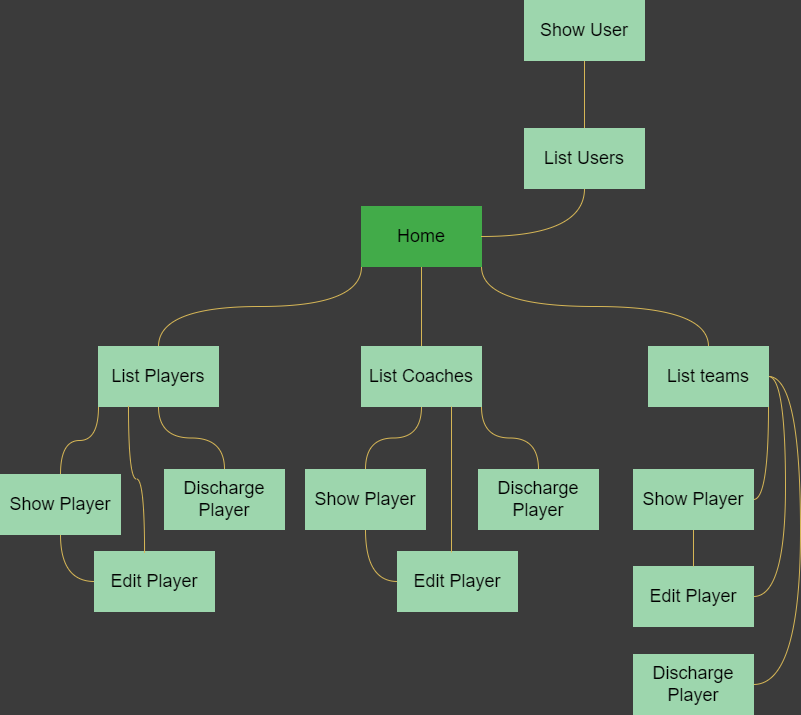
Earlier version of the draw.io export docs/mapaWebCVCback.png (javieramosfuentes/CVC_projecte_javi). Source tidied: cells renumbered, new cells last; positions are measured from the earlier drawing's top-left corner, leaving out a move shared by most shapes.
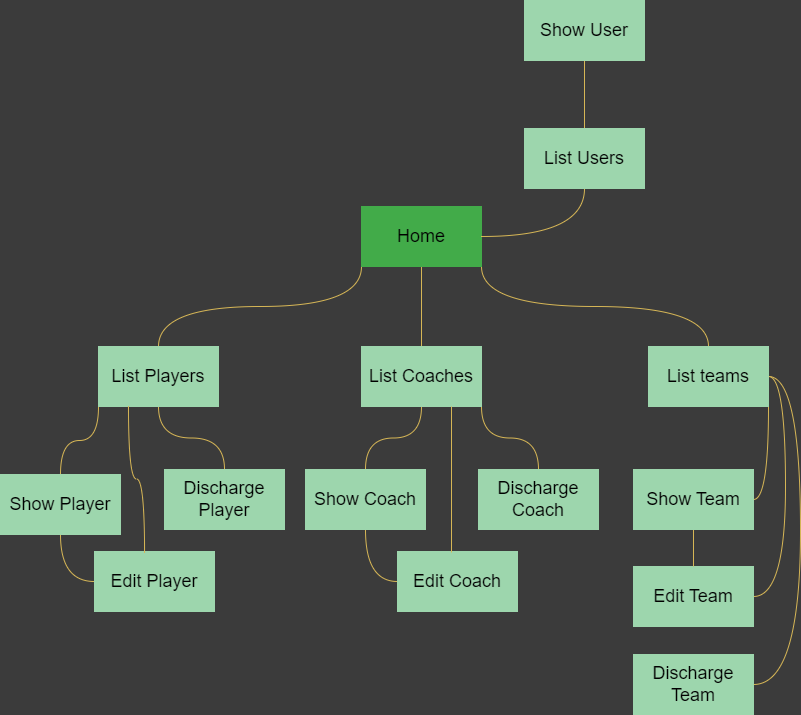
After the commit.

Commit message:
creating wireframes for login, home, pack

What changed in the source:
```diff
@@ -70,16 +70,16 @@
     <mxCell id="19" value="&lt;span style=&quot;font-size: 18px;&quot;&gt;Show Player&lt;/span&gt;" style="rounded=0;whiteSpace=wrap;html=1;fillColor=#9dd6ad;strokeColor=#9DD6AD;" parent="1" vertex="1">
       <mxGeometry y="474" width="120" height="60" as="geometry" />
     </mxCell>
-    <mxCell id="20" value="&lt;span style=&quot;font-size: 18px;&quot;&gt;Discharge Player&lt;/span&gt;" style="rounded=0;whiteSpace=wrap;html=1;fillColor=#9dd6ad;strokeColor=#9DD6AD;" parent="1" vertex="1">
+    <mxCell id="20" value="&lt;span style=&quot;font-size: 18px;&quot;&gt;Discharge Coach&lt;/span&gt;" style="rounded=0;whiteSpace=wrap;html=1;fillColor=#9dd6ad;strokeColor=#9DD6AD;" parent="1" vertex="1">
       <mxGeometry x="478" y="469" width="120" height="60" as="geometry" />
     </mxCell>
-    <mxCell id="21" value="&lt;span style=&quot;font-size: 18px;&quot;&gt;Edit Player&lt;/span&gt;" style="rounded=0;whiteSpace=wrap;html=1;fillColor=#9dd6ad;strokeColor=#9DD6AD;" parent="1" vertex="1">
+    <mxCell id="21" value="&lt;span style=&quot;font-size: 18px;&quot;&gt;Edit Coach&lt;/span&gt;" style="rounded=0;whiteSpace=wrap;html=1;fillColor=#9dd6ad;strokeColor=#9DD6AD;" parent="1" vertex="1">
       <mxGeometry x="397" y="551" width="120" height="60" as="geometry" />
     </mxCell>
     <mxCell id="22" style="edgeStyle=orthogonalEdgeStyle;rounded=0;jettySize=auto;html=1;entryX=0;entryY=0.5;entryDx=0;entryDy=0;endArrow=none;endFill=0;fillColor=#fff2cc;strokeColor=#d6b656;curved=1;" parent="1" edge="1" source="23" target="21">
       <mxGeometry relative="1" as="geometry" />
     </mxCell>
-    <mxCell id="23" value="&lt;span style=&quot;font-size: 18px;&quot;&gt;Show Player&lt;/span&gt;" style="rounded=0;whiteSpace=wrap;html=1;fillColor=#9dd6ad;strokeColor=#9DD6AD;" parent="1" vertex="1">
+    <mxCell id="23" value="&lt;span style=&quot;font-size: 18px;&quot;&gt;Show Coach&lt;/span&gt;" style="rounded=0;whiteSpace=wrap;html=1;fillColor=#9dd6ad;strokeColor=#9DD6AD;" parent="1" vertex="1">
       <mxGeometry x="305" y="469" width="120" height="60" as="geometry" />
     </mxCell>
     <mxCell id="24" style="edgeStyle=orthogonalEdgeStyle;rounded=0;jettySize=auto;html=1;exitX=0.75;exitY=1;exitDx=0;exitDy=0;entryX=0.45;entryY=0.017;entryDx=0;entryDy=0;entryPerimeter=0;fillColor=#fff2cc;strokeColor=#d6b656;curved=1;endArrow=none;endFill=0;" parent="1" edge="1" source="11" target="21">
@@ -88,16 +88,16 @@
     <mxCell id="25" style="edgeStyle=orthogonalEdgeStyle;rounded=0;jettySize=auto;html=1;exitX=0.25;exitY=1;exitDx=0;exitDy=0;entryX=0.417;entryY=0.017;entryDx=0;entryDy=0;entryPerimeter=0;fillColor=#fff2cc;strokeColor=#d6b656;curved=1;endArrow=none;endFill=0;" parent="1" edge="1" source="8" target="17">
       <mxGeometry relative="1" as="geometry" />
     </mxCell>
-    <mxCell id="26" value="&lt;span style=&quot;font-size: 18px;&quot;&gt;Discharge Player&lt;/span&gt;" style="rounded=0;whiteSpace=wrap;html=1;fillColor=#9dd6ad;strokeColor=#9DD6AD;" parent="1" vertex="1">
+    <mxCell id="26" value="&lt;span style=&quot;font-size: 18px;&quot;&gt;Discharge Team&lt;/span&gt;" style="rounded=0;whiteSpace=wrap;html=1;fillColor=#9dd6ad;strokeColor=#9DD6AD;" parent="1" vertex="1">
       <mxGeometry x="633" y="654" width="120" height="60" as="geometry" />
     </mxCell>
-    <mxCell id="27" value="&lt;span style=&quot;font-size: 18px;&quot;&gt;Edit Player&lt;/span&gt;" style="rounded=0;whiteSpace=wrap;html=1;fillColor=#9dd6ad;strokeColor=#9DD6AD;" parent="1" vertex="1">
+    <mxCell id="27" value="&lt;span style=&quot;font-size: 18px;&quot;&gt;Edit Team&lt;/span&gt;" style="rounded=0;whiteSpace=wrap;html=1;fillColor=#9dd6ad;strokeColor=#9DD6AD;" parent="1" vertex="1">
       <mxGeometry x="633" y="566" width="120" height="60" as="geometry" />
     </mxCell>
     <mxCell id="28" style="edgeStyle=orthogonalEdgeStyle;rounded=0;jettySize=auto;html=1;entryX=0.5;entryY=0;entryDx=0;entryDy=0;endArrow=none;endFill=0;fillColor=#fff2cc;strokeColor=#d6b656;curved=1;" parent="1" edge="1" source="29" target="27">
       <mxGeometry relative="1" as="geometry" />
     </mxCell>
-    <mxCell id="29" value="&lt;span style=&quot;font-size: 18px;&quot;&gt;Show Player&lt;/span&gt;" style="rounded=0;whiteSpace=wrap;html=1;fillColor=#9dd6ad;strokeColor=#9DD6AD;" parent="1" vertex="1">
+    <mxCell id="29" value="&lt;span style=&quot;font-size: 18px;&quot;&gt;Show Team&lt;/span&gt;" style="rounded=0;whiteSpace=wrap;html=1;fillColor=#9dd6ad;strokeColor=#9DD6AD;" parent="1" vertex="1">
       <mxGeometry x="633" y="469" width="120" height="60" as="geometry" />
     </mxCell>
     <mxCell id="30" style="edgeStyle=orthogonalEdgeStyle;rounded=0;jettySize=auto;html=1;entryX=1;entryY=0.5;entryDx=0;entryDy=0;fillColor=#fff2cc;strokeColor=#d6b656;curved=1;endArrow=none;endFill=0;exitX=0.5;exitY=1;exitDx=0;exitDy=0;" parent="1" edge="1" source="32" target="5">
```
